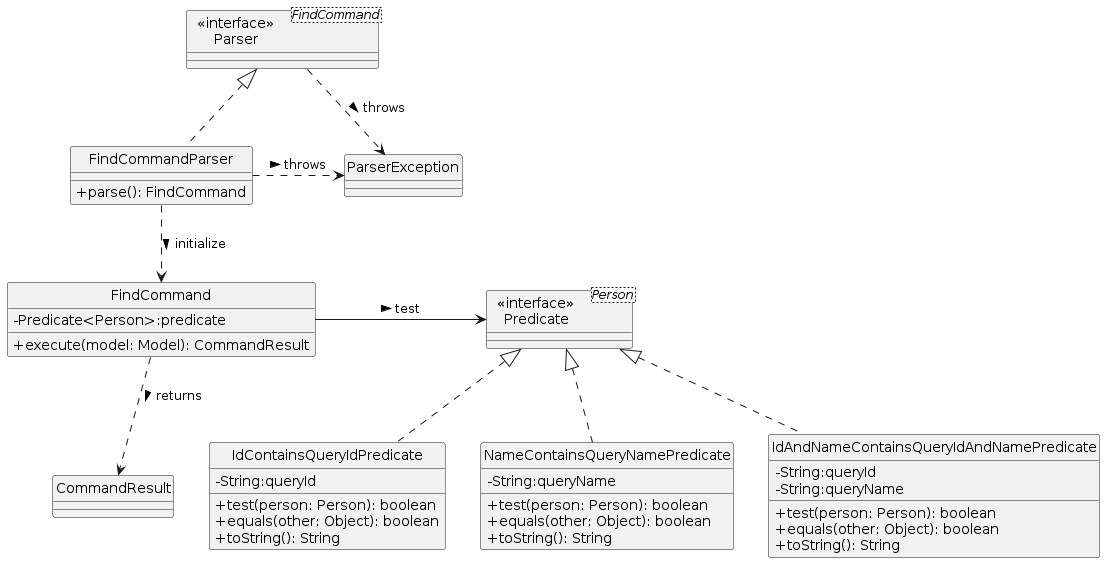
The PlantUML diagram diagrams/find/FindClassDiagram.png in AY2324S2-CS2103T-T16-1/tp, before a commit. Its source is kept beside it as diagrams/find/FindClassDiagram.puml.
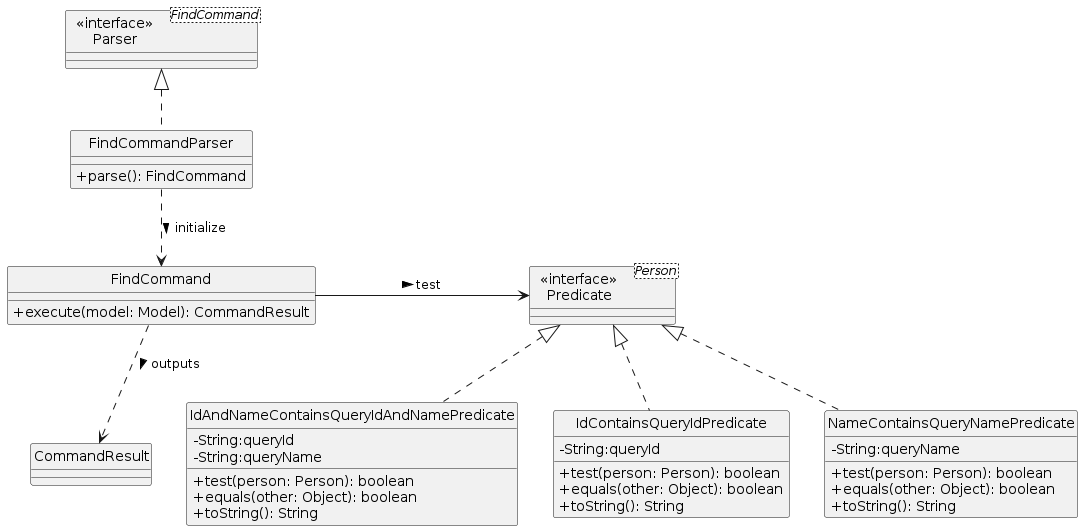
The same file after the commit.

The edit, as a diff of the source:
```diff
@@ -6,7 +6,6 @@
 Class FindCommandParser {
     +parse(): FindCommand
 }
-Class ParserException
 
 class "  <<interface>>  \nPredicate" as Predicate<Person>
 class IdAndNameContainsQueryIdAndNamePredicate{
@@ -30,7 +29,6 @@
 }
 
 class FindCommand{
-    -Predicate<Person>:predicate
     +execute(model: Model): CommandResult
 }
 
@@ -42,13 +40,11 @@
 
 
 FindCommandParser .up.|> Parser
-Parser .right.> ParserException: throws >
-FindCommandParser .right.> ParserException: throws >
 
 FindCommandParser .down.> FindCommand: initialize >
 FindCommand -right-> Predicate: test >
 
-FindCommand .down.> CommandResult: returns >
+FindCommand .down.> CommandResult: outputs >
 
 
 @enduml
```
